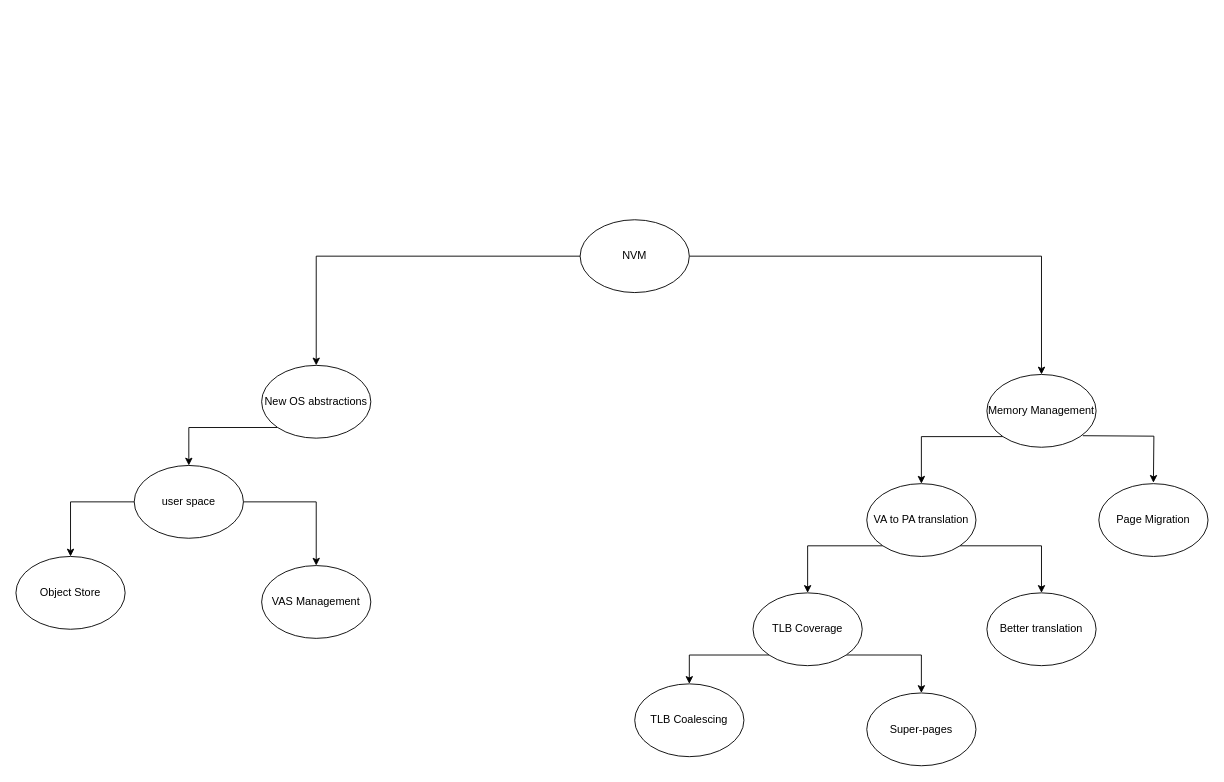
arunkp1986/CAR3S keeps this draw.io diagram as sota.drawio. Above is the earlier version. Source tidied: cells renumbered, new cells numbered last; positions are measured from the earlier drawing's top-left corner, leaving out a move shared by most shapes. Both pictures are drawn from the tidied source at 91%, with x=0, y=0 at pixel (15, 219).
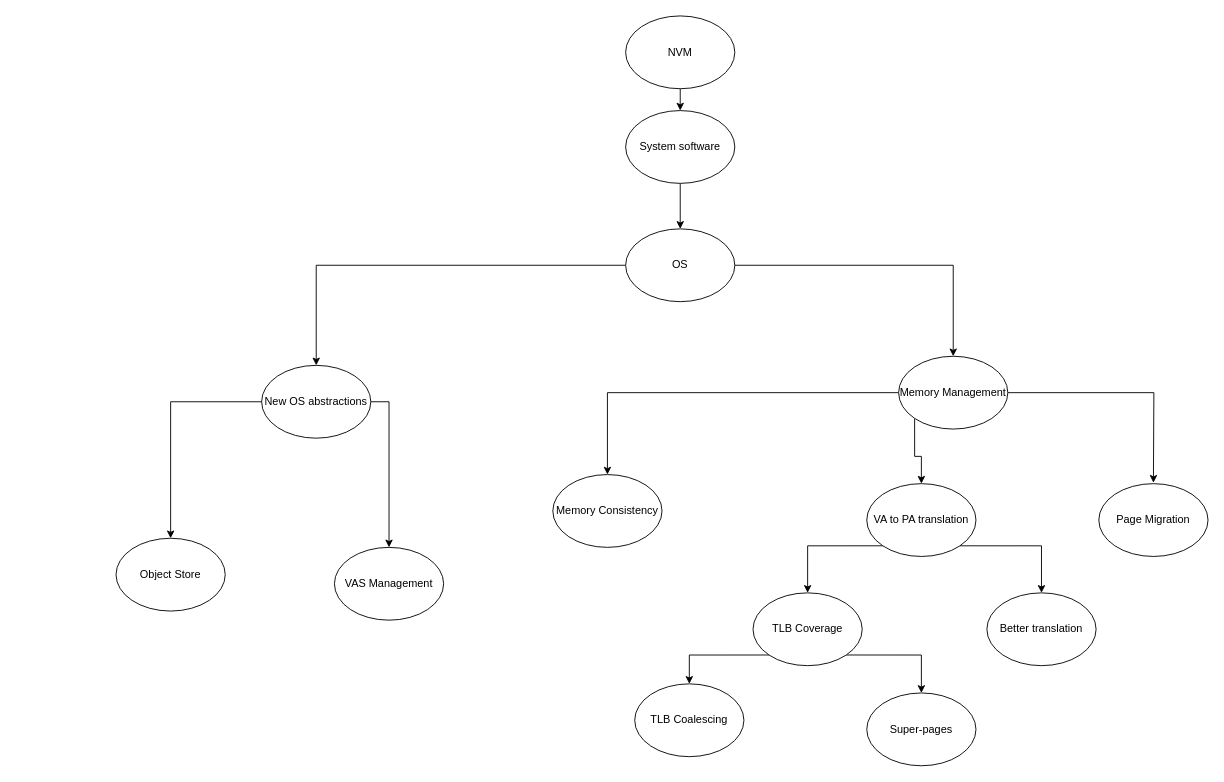
The same page after the edit.

The change refers to these unchanged cells:
```xml
<mxCell id="6" value="New OS abstractions" style="ellipse;whiteSpace=wrap;html=1;" parent="1" vertex="1">
  <mxGeometry x="270" y="160" width="120" height="80" as="geometry" />
</mxCell>
```

Diff of the diagram source:
```diff
@@
-    <mxCell id="4" value="NVM" style="ellipse;whiteSpace=wrap;html=1;" parent="1" vertex="1">
-      <mxGeometry x="620" width="120" height="80" as="geometry" />
+    <mxCell id="4" value="OS" style="ellipse;whiteSpace=wrap;html=1;" parent="1" vertex="1">
+      <mxGeometry x="670" y="10" width="120" height="80" as="geometry" />
     </mxCell>
-    <mxCell id="5" style="edgeStyle=orthogonalEdgeStyle;rounded=0;jettySize=auto;html=1;exitX=0;exitY=1;exitDx=0;exitDy=0;entryX=0.5;entryY=0;entryDx=0;entryDy=0;" parent="1" edge="1" source="6" target="22">
-      <mxGeometry relative="1" as="geometry" />
-    </mxCell>
@@
-    <mxCell id="8" style="edgeStyle=orthogonalEdgeStyle;rounded=0;orthogonalLoop=1;jettySize=auto;html=1;exitX=1;exitY=1;exitDx=0;exitDy=0;entryX=0.5;entryY=0;entryDx=0;entryDy=0;" parent="1" edge="1">
+    <mxCell id="8" style="edgeStyle=orthogonalEdgeStyle;rounded=0;jettySize=auto;html=1;exitX=1;exitY=0.5;exitDx=0;exitDy=0;entryX=0.5;entryY=0;entryDx=0;entryDy=0;" parent="1" edge="1" source="9">
       <mxGeometry relative="1" as="geometry">
-        <mxPoint x="1172.4" y="237.3" as="sourcePoint" />
         <mxPoint x="1250" y="289" as="targetPoint" />
       </mxGeometry>
     </mxCell>
+    <mxCell id="25" style="edgeStyle=orthogonalEdgeStyle;rounded=0;jettySize=auto;html=1;entryX=0.5;entryY=0;entryDx=0;entryDy=0;" parent="1" edge="1" source="9" target="26">
+      <mxGeometry relative="1" as="geometry" />
+    </mxCell>
     <mxCell id="9" value="Memory Management" style="ellipse;whiteSpace=wrap;html=1;" parent="1" vertex="1">
-      <mxGeometry x="1067" y="170" width="120" height="80" as="geometry" />
+      <mxGeometry x="970" y="150" width="120" height="80" as="geometry" />
     </mxCell>
@@
-    <mxCell id="20" style="edgeStyle=orthogonalEdgeStyle;rounded=0;jettySize=auto;html=1;entryX=0.5;entryY=0;entryDx=0;entryDy=0;" parent="1" edge="1" source="22" target="23">
+    <mxCell id="20" style="edgeStyle=orthogonalEdgeStyle;rounded=0;jettySize=auto;html=1;entryX=0.5;entryY=0;entryDx=0;entryDy=0;exitX=0;exitY=0.5;exitDx=0;exitDy=0;" parent="1" edge="1" source="6" target="23">
       <mxGeometry relative="1" as="geometry" />
     </mxCell>
-    <mxCell id="21" style="edgeStyle=orthogonalEdgeStyle;rounded=0;jettySize=auto;html=1;entryX=0.5;entryY=0;entryDx=0;entryDy=0;" parent="1" edge="1" source="22" target="24">
+    <mxCell id="21" style="edgeStyle=orthogonalEdgeStyle;rounded=0;jettySize=auto;html=1;entryX=0.5;entryY=0;entryDx=0;entryDy=0;exitX=1;exitY=0.5;exitDx=0;exitDy=0;" parent="1" edge="1" source="6" target="24">
       <mxGeometry relative="1" as="geometry" />
     </mxCell>
-    <mxCell id="22" value="user space" style="ellipse;whiteSpace=wrap;html=1;" parent="1" vertex="1">
-      <mxGeometry x="130" y="270" width="120" height="80" as="geometry" />
-    </mxCell>
     <mxCell id="23" value="Object Store" style="ellipse;whiteSpace=wrap;html=1;" parent="1" vertex="1">
-      <mxGeometry y="370" width="120" height="80" as="geometry" />
+      <mxGeometry x="110" y="350" width="120" height="80" as="geometry" />
     </mxCell>
     <mxCell id="24" value="VAS Management" style="ellipse;whiteSpace=wrap;html=1;" parent="1" vertex="1">
-      <mxGeometry x="270" y="380" width="120" height="80" as="geometry" />
+      <mxGeometry x="350" y="360" width="120" height="80" as="geometry" />
     </mxCell>
+    <mxCell id="26" value="Memory Consistency" style="ellipse;whiteSpace=wrap;html=1;" parent="1" vertex="1">
+      <mxGeometry x="590" y="280" width="120" height="80" as="geometry" />
+    </mxCell>
+    <mxCell id="27" style="edgeStyle=orthogonalEdgeStyle;rounded=0;jettySize=auto;html=1;" parent="1" edge="1" source="28" target="4">
+      <mxGeometry relative="1" as="geometry" />
+    </mxCell>
+    <mxCell id="28" value="System software" style="ellipse;whiteSpace=wrap;html=1;" parent="1" vertex="1">
+      <mxGeometry x="670" y="-120" width="120" height="80" as="geometry" />
+    </mxCell>
+    <mxCell id="29" style="edgeStyle=orthogonalEdgeStyle;rounded=0;jettySize=auto;html=1;exitX=0.5;exitY=1;exitDx=0;exitDy=0;entryX=0.5;entryY=0;entryDx=0;entryDy=0;" parent="1" edge="1" source="30" target="28">
+      <mxGeometry relative="1" as="geometry" />
+    </mxCell>
+    <mxCell id="30" value="NVM" style="ellipse;whiteSpace=wrap;html=1;" parent="1" vertex="1">
+      <mxGeometry x="670" y="-224" width="120" height="80" as="geometry" />
+    </mxCell>
```
